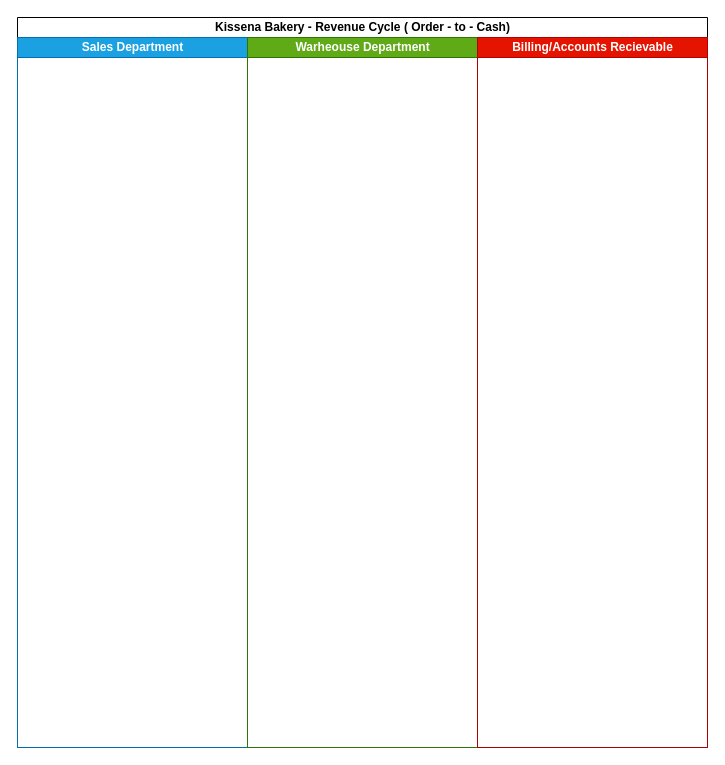
Before: Revenue_Cycle_Controls.drawio in Eso75/drawio, a draw.io diagram. Source tidied: cells renumbered, new cells numbered last; positions are measured from the earlier drawing's top-left corner, leaving out a move shared by most shapes. Both pictures are drawn from the tidied source at 100%, with x=0, y=0 at pixel (17, 17).
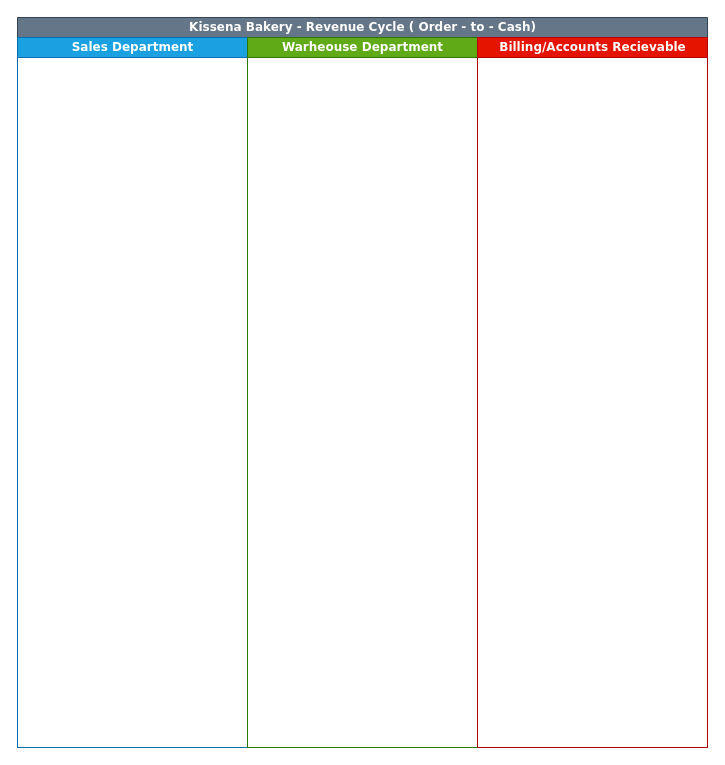
After the change.

What changed in the source:
```diff
@@
 <mxGraphModel background="#ffffff">
   <root>
     <mxCell id="0" />
     <mxCell id="1" parent="0" />
-    <mxCell id="2" value="Kissena Bakery - Revenue Cycle ( Order - to - Cash)" style="swimlane;startSize=20;html=1;gradientColor=none;flipV=0;legacyAnchorPoints=0;flipH=1;" parent="1" vertex="1">
+    <mxCell id="2" value="Kissena Bakery - Revenue Cycle ( Order - to - Cash)" style="swimlane;startSize=20;html=1;flipV=0;legacyAnchorPoints=0;flipH=1;fontFamily=Verdana;labelBackgroundColor=none;fillColor=#647687;fontColor=#ffffff;strokeColor=#314354;" parent="1" vertex="1">
       <mxGeometry width="690" height="730" as="geometry" />
     </mxCell>
-    <mxCell id="3" value="Sales Department" style="swimlane;startSize=20;html=1;fillColor=#1ba1e2;fontColor=#ffffff;strokeColor=#006EAF;" parent="2" vertex="1">
+    <mxCell id="3" value="Sales Department" style="swimlane;startSize=20;html=1;fillColor=#1ba1e2;fontColor=#ffffff;strokeColor=#006EAF;fontFamily=Verdana;" parent="2" vertex="1">
       <mxGeometry y="20" width="230" height="710" as="geometry" />
     </mxCell>
-    <mxCell id="4" value="Warheouse Department" style="swimlane;startSize=20;html=1;fillColor=#60a917;strokeColor=#2D7600;fontColor=#ffffff;" parent="2" vertex="1">
+    <mxCell id="4" value="Warheouse Department" style="swimlane;startSize=20;html=1;fillColor=#60a917;strokeColor=#2D7600;fontColor=#ffffff;fontFamily=Verdana;" parent="2" vertex="1">
       <mxGeometry x="230" y="20" width="230" height="710" as="geometry" />
     </mxCell>
-    <mxCell id="5" value="Billing/Accounts Recievable" style="swimlane;startSize=20;html=1;fillColor=#e51400;fontColor=#ffffff;strokeColor=#B20000;swimlaneFillColor=none;" parent="2" vertex="1">
+    <mxCell id="5" value="Billing/Accounts Recievable" style="swimlane;startSize=20;html=1;fillColor=#e51400;fontColor=#ffffff;strokeColor=#B20000;swimlaneFillColor=none;gradientColor=none;fontFamily=Verdana;" parent="2" vertex="1">
       <mxGeometry x="460" y="20" width="230" height="710" as="geometry" />
     </mxCell>
   </root>
 </mxGraphModel>
```
